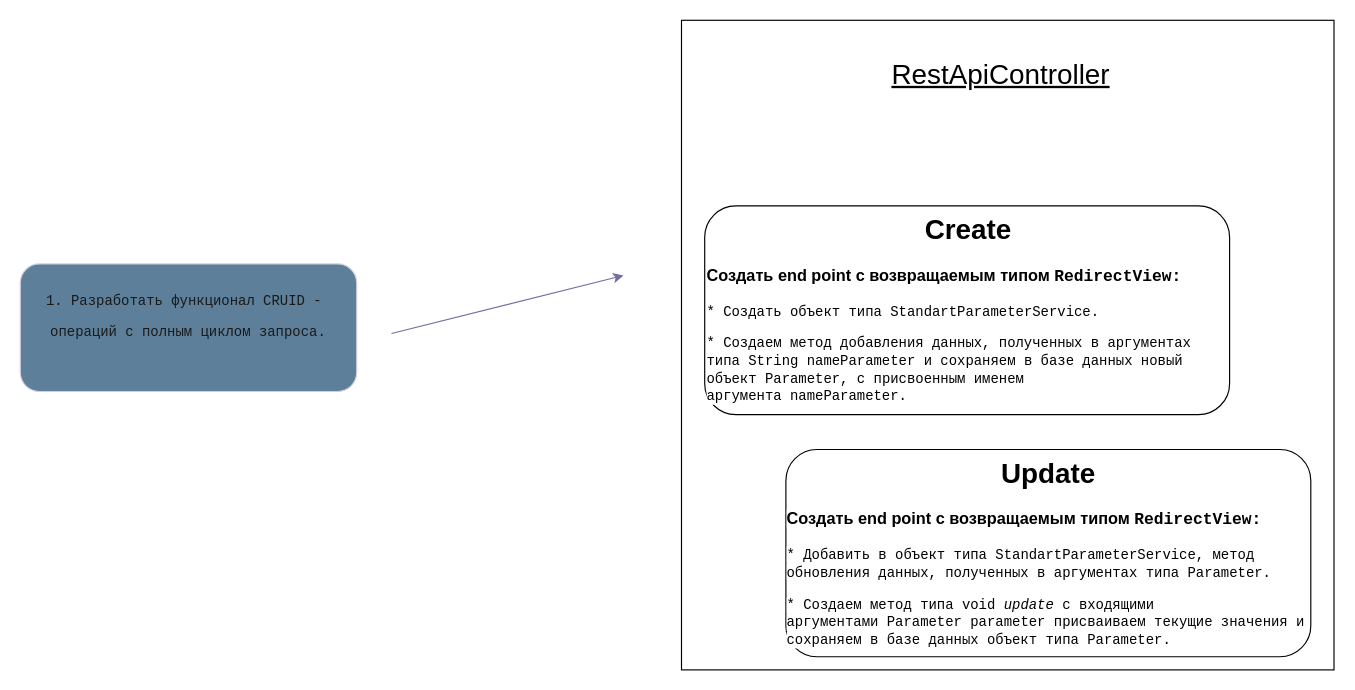
Earlier version of the draw.io diagram duma-service/src/main/java/structure.drawio (seregAnt02/SpringBootDuma). Source tidied: cells renumbered, new cells numbered last; positions are measured from the earlier drawing's top-left corner, leaving out a move shared by most shapes. Both pictures are drawn from the tidied source at 116%, with x=0, y=0 at pixel (20, 20).
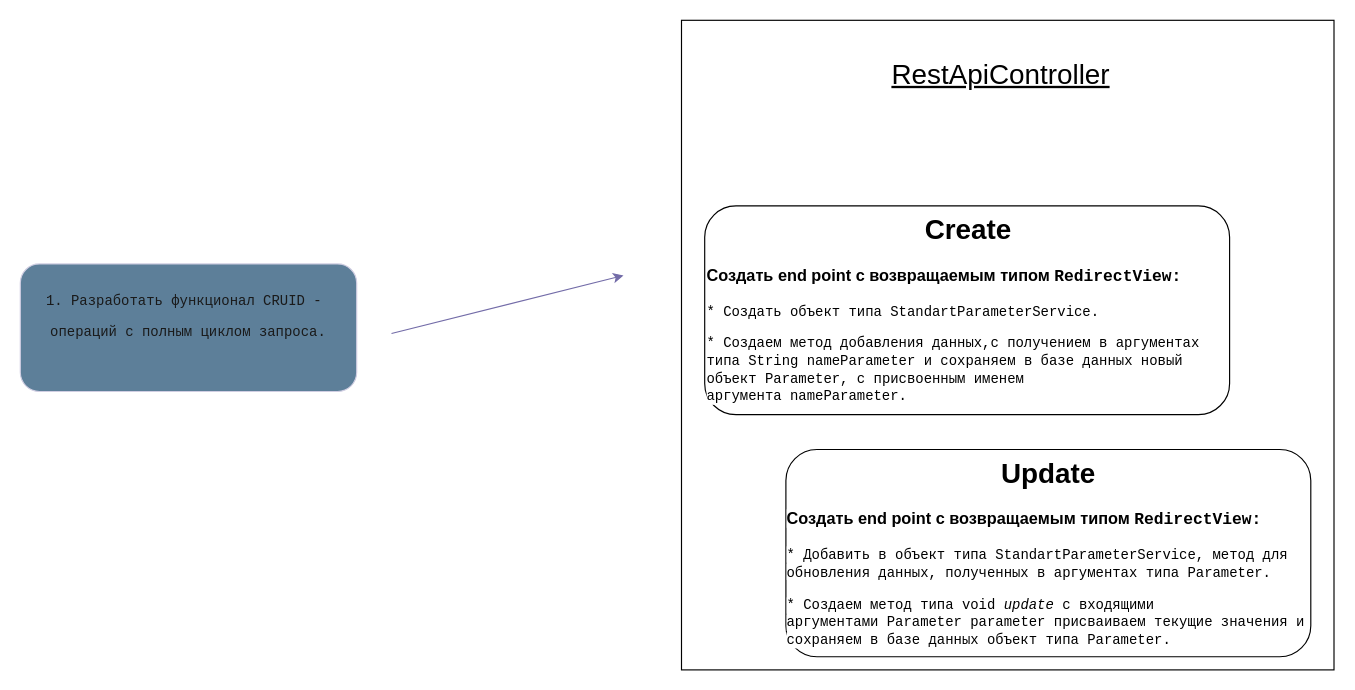
After the change.

What changed in the source:
```diff
@@
 <mxGraphModel>
   <root>
     <mxCell id="0" />
     <mxCell id="1" parent="0" />
     <mxCell id="2" style="group;whiteSpace=wrap;labelBackgroundColor=none;fontColor=#1A1A1A;" parent="1" vertex="1">
       <mxGeometry y="210" width="290" height="110" as="geometry" />
     </mxCell>
     <mxCell id="3" style="rounded=1;whiteSpace=wrap;html=1;labelBackgroundColor=none;fillColor=#5D7F99;strokeColor=#D0CEE2;fontColor=#1A1A1A;" parent="2" vertex="1">
       <mxGeometry width="290" height="110" as="geometry" />
     </mxCell>
     <mxCell id="4" value="&lt;pre style=&quot;font-family: &amp;quot;JetBrains Mono&amp;quot;, monospace;&quot;&gt;&lt;span&gt;&lt;font&gt;1. Разработать функционал CRUID - &lt;/font&gt;&lt;/span&gt;&lt;/pre&gt;&lt;pre style=&quot;font-family: &amp;quot;JetBrains Mono&amp;quot;, monospace;&quot;&gt;&lt;span&gt;&lt;font&gt;операций с полным циклом запроса.&lt;/font&gt;&lt;/span&gt;&lt;/pre&gt;" style="text;html=1;align=center;verticalAlign=middle;whiteSpace=wrap;rounded=0;labelBackgroundColor=none;fontColor=#1A1A1A;" parent="2" vertex="1">
       <mxGeometry x="20" y="18.3" width="250" height="55" as="geometry" />
     </mxCell>
     <mxCell id="5" style="endArrow=classic;html=1;rounded=0;fontFamily=Helvetica;fontSize=12;fontColor=default;labelBackgroundColor=none;strokeColor=#736CA8;" parent="1" edge="1">
       <mxGeometry relative="1" as="geometry">
         <mxPoint x="320" y="270" as="sourcePoint" />
         <mxPoint x="520" y="220" as="targetPoint" />
       </mxGeometry>
     </mxCell>
     <mxCell id="6" style="group;" parent="1" vertex="1">
       <mxGeometry x="570" width="562.5" height="560" as="geometry" />
     </mxCell>
     <mxCell id="7" style="group;labelBackgroundColor=default;labelBorderColor=default;strokeColor=default;" parent="6" vertex="1">
       <mxGeometry width="562.5" height="560" as="geometry" />
     </mxCell>
     <mxCell id="8" value="&lt;font style=&quot;font-size: 24px;&quot;&gt;&lt;u&gt;RestApiController&#9;&#9;&#9;&#9;&lt;/u&gt;&lt;/font&gt;" style="text;html=1;align=center;verticalAlign=middle;rounded=0;flipH=0;flipV=1;whiteSpace=wrap;labelBackgroundColor=none;" parent="6" vertex="1">
       <mxGeometry x="77.5" y="10" width="395" height="74.7" as="geometry" />
     </mxCell>
-    <mxCell id="9" value="&lt;h1 style=&quot;text-align: center; margin-top: 0px;&quot;&gt;&lt;span style=&quot;background-color: light-dark(#ffffff, var(--ge-dark-color, #121212));&quot;&gt;Create&lt;/span&gt;&lt;/h1&gt;&lt;h3&gt;&lt;span style=&quot;background-color: light-dark(#ffffff, var(--ge-dark-color, #121212));&quot;&gt;Создать end point с возвращаемым типом&amp;nbsp;&lt;span style=&quot;font-family: &amp;quot;JetBrains Mono&amp;quot;, monospace;&quot;&gt;&lt;font style=&quot;color: rgb(0, 0, 0);&quot;&gt;RedirectView:&lt;/font&gt;&lt;/span&gt;&lt;/span&gt;&lt;/h3&gt;&lt;p&gt;&lt;span style=&quot;background-color: light-dark(#ffffff, var(--ge-dark-color, #121212));&quot;&gt;&lt;span style=&quot;color: light-dark(rgb(0, 0, 0), rgb(237, 237, 237)); font-family: &amp;quot;JetBrains Mono&amp;quot;, monospace;&quot;&gt;* Создать объект типа&amp;nbsp;&lt;/span&gt;&lt;span style=&quot;font-family: &amp;quot;JetBrains Mono&amp;quot;, monospace;&quot;&gt;&lt;font style=&quot;color: rgb(0, 0, 0);&quot;&gt;StandartParameterService.&lt;/font&gt;&lt;/span&gt;&lt;/span&gt;&lt;/p&gt;&lt;p&gt;&lt;span&gt;&lt;span style=&quot;background-color: light-dark(#ffffff, var(--ge-dark-color, #121212)); font-family: &amp;quot;JetBrains Mono&amp;quot;, monospace;&quot;&gt;&lt;font style=&quot;color: rgb(0, 0, 0);&quot;&gt;* Создаем метод &lt;/font&gt;&lt;/span&gt;&lt;/span&gt;&lt;span style=&quot;font-family: &amp;quot;JetBrains Mono&amp;quot;, monospace; background-color: light-dark(#ffffff, var(--ge-dark-color, #121212)); color: light-dark(rgb(0, 0, 0), rgb(255, 255, 255));&quot;&gt;добавления данных, полученных в аргументах типа&amp;nbsp;&lt;/span&gt;&lt;span style=&quot;font-family: &amp;quot;JetBrains Mono&amp;quot;, monospace; background-color: rgb(255, 255, 255);&quot;&gt;String nameParameter&amp;nbsp;&lt;/span&gt;&lt;span style=&quot;background-color: transparent; color: light-dark(rgb(0, 0, 0), rgb(255, 255, 255));&quot;&gt;&lt;span style=&quot;background-color: light-dark(#ffffff, var(--ge-dark-color, #121212)); font-family: &amp;quot;JetBrains Mono&amp;quot;, monospace;&quot;&gt;&lt;font style=&quot;color: rgb(0, 0, 0);&quot;&gt;и сохраняем в базе данных новый объект&amp;nbsp;&lt;/font&gt;&lt;/span&gt;&lt;/span&gt;&lt;span style=&quot;color: rgb(0, 0, 0); background-color: rgb(255, 255, 255); font-family: &amp;quot;JetBrains Mono&amp;quot;, monospace;&quot;&gt;Parameter, с присвоенным именем аргумента&amp;nbsp;&lt;/span&gt;&lt;span style=&quot;background-color: rgb(255, 255, 255); font-family: &amp;quot;JetBrains Mono&amp;quot;, monospace; color: light-dark(rgb(0, 0, 0), rgb(255, 255, 255));&quot;&gt;nameParameter&lt;/span&gt;&lt;span style=&quot;background-color: light-dark(rgb(255, 255, 255), rgb(18, 18, 18)); color: light-dark(rgb(0, 0, 0), rgb(237, 237, 237)); font-family: &amp;quot;JetBrains Mono&amp;quot;, monospace;&quot;&gt;.&lt;/span&gt;&lt;/p&gt;" style="text;html=1;whiteSpace=wrap;overflow=hidden;rounded=1;fontFamily=Helvetica;fontSize=12;labelBackgroundColor=none;labelBorderColor=none;strokeColor=default;align=left;" parent="6" vertex="1">
+    <mxCell id="9" value="&lt;h1 style=&quot;text-align: center; margin-top: 0px;&quot;&gt;&lt;span style=&quot;background-color: light-dark(#ffffff, var(--ge-dark-color, #121212));&quot;&gt;Create&lt;/span&gt;&lt;/h1&gt;&lt;h3&gt;&lt;span style=&quot;background-color: light-dark(#ffffff, var(--ge-dark-color, #121212));&quot;&gt;Создать end point с возвращаемым типом&amp;nbsp;&lt;span style=&quot;font-family: &amp;quot;JetBrains Mono&amp;quot;, monospace;&quot;&gt;&lt;font style=&quot;color: rgb(0, 0, 0);&quot;&gt;RedirectView:&lt;/font&gt;&lt;/span&gt;&lt;/span&gt;&lt;/h3&gt;&lt;p&gt;&lt;span style=&quot;background-color: light-dark(#ffffff, var(--ge-dark-color, #121212));&quot;&gt;&lt;span style=&quot;color: light-dark(rgb(0, 0, 0), rgb(237, 237, 237)); font-family: &amp;quot;JetBrains Mono&amp;quot;, monospace;&quot;&gt;* Создать объект типа&amp;nbsp;&lt;/span&gt;&lt;span style=&quot;font-family: &amp;quot;JetBrains Mono&amp;quot;, monospace;&quot;&gt;&lt;font style=&quot;color: rgb(0, 0, 0);&quot;&gt;StandartParameterService.&lt;/font&gt;&lt;/span&gt;&lt;/span&gt;&lt;/p&gt;&lt;p&gt;&lt;span&gt;&lt;span style=&quot;background-color: light-dark(#ffffff, var(--ge-dark-color, #121212)); font-family: &amp;quot;JetBrains Mono&amp;quot;, monospace;&quot;&gt;&lt;font style=&quot;color: rgb(0, 0, 0);&quot;&gt;* Создаем метод &lt;/font&gt;&lt;/span&gt;&lt;/span&gt;&lt;span style=&quot;font-family: &amp;quot;JetBrains Mono&amp;quot;, monospace; background-color: light-dark(#ffffff, var(--ge-dark-color, #121212)); color: light-dark(rgb(0, 0, 0), rgb(255, 255, 255));&quot;&gt;добавления данных,с получением в аргументах типа&amp;nbsp;&lt;/span&gt;&lt;span style=&quot;font-family: &amp;quot;JetBrains Mono&amp;quot;, monospace; background-color: rgb(255, 255, 255);&quot;&gt;String nameParameter&amp;nbsp;&lt;/span&gt;&lt;span style=&quot;background-color: transparent; color: light-dark(rgb(0, 0, 0), rgb(255, 255, 255));&quot;&gt;&lt;span style=&quot;background-color: light-dark(#ffffff, var(--ge-dark-color, #121212)); font-family: &amp;quot;JetBrains Mono&amp;quot;, monospace;&quot;&gt;&lt;font style=&quot;color: rgb(0, 0, 0);&quot;&gt;и сохраняем в базе данных новый объект&amp;nbsp;&lt;/font&gt;&lt;/span&gt;&lt;/span&gt;&lt;span style=&quot;color: rgb(0, 0, 0); background-color: rgb(255, 255, 255); font-family: &amp;quot;JetBrains Mono&amp;quot;, monospace;&quot;&gt;Parameter, с присвоенным именем аргумента&amp;nbsp;&lt;/span&gt;&lt;span style=&quot;background-color: rgb(255, 255, 255); font-family: &amp;quot;JetBrains Mono&amp;quot;, monospace; color: light-dark(rgb(0, 0, 0), rgb(255, 255, 255));&quot;&gt;nameParameter&lt;/span&gt;&lt;span style=&quot;background-color: light-dark(rgb(255, 255, 255), rgb(18, 18, 18)); color: light-dark(rgb(0, 0, 0), rgb(237, 237, 237)); font-family: &amp;quot;JetBrains Mono&amp;quot;, monospace;&quot;&gt;.&lt;/span&gt;&lt;/p&gt;" style="text;html=1;whiteSpace=wrap;overflow=hidden;rounded=1;fontFamily=Helvetica;fontSize=12;labelBackgroundColor=none;labelBorderColor=none;strokeColor=default;align=left;" parent="6" vertex="1">
       <mxGeometry x="20" y="160" width="452.5" height="180" as="geometry" />
     </mxCell>
-    <mxCell id="10" value="&lt;h1 style=&quot;margin-top: 0px;&quot;&gt;&lt;span style=&quot;background-color: light-dark(#ffffff, var(--ge-dark-color, #121212));&quot;&gt;Update&lt;/span&gt;&lt;/h1&gt;&lt;h3 style=&quot;text-align: left;&quot;&gt;&lt;span style=&quot;background-color: light-dark(#ffffff, var(--ge-dark-color, #121212));&quot;&gt;Создать end point с возвращаемым типом&amp;nbsp;&lt;span style=&quot;font-family: &amp;quot;JetBrains Mono&amp;quot;, monospace;&quot;&gt;&lt;font style=&quot;color: rgb(0, 0, 0);&quot;&gt;RedirectView:&lt;/font&gt;&lt;/span&gt;&lt;/span&gt;&lt;/h3&gt;&lt;p style=&quot;text-align: left;&quot;&gt;&lt;span style=&quot;background-color: light-dark(#ffffff, var(--ge-dark-color, #121212));&quot;&gt;&lt;span style=&quot;color: light-dark(rgb(0, 0, 0), rgb(237, 237, 237)); font-family: &amp;quot;JetBrains Mono&amp;quot;, monospace;&quot;&gt;* Добавить в объект типа&amp;nbsp;&lt;/span&gt;&lt;span style=&quot;font-family: &amp;quot;JetBrains Mono&amp;quot;, monospace;&quot;&gt;&lt;font style=&quot;color: rgb(0, 0, 0);&quot;&gt;StandartParameterService, метод обновления данных, полученных в аргументах типа Parameter.&lt;/font&gt;&lt;/span&gt;&lt;/span&gt;&lt;/p&gt;&lt;p style=&quot;text-align: left;&quot;&gt;&lt;span&gt;&lt;span style=&quot;background-color: light-dark(#ffffff, var(--ge-dark-color, #121212)); font-family: &amp;quot;JetBrains Mono&amp;quot;, monospace;&quot;&gt;&lt;font style=&quot;color: rgb(0, 0, 0);&quot;&gt;* Создаем метод типа&amp;nbsp;&lt;/font&gt;&lt;/span&gt;&lt;font&gt;&lt;span style=&quot;font-family: &amp;quot;JetBrains Mono&amp;quot;, monospace;&quot;&gt;&lt;span style=&quot;background-color: rgb(255, 255, 255);&quot;&gt;&lt;font style=&quot;color: rgb(0, 0, 0);&quot;&gt;void&lt;/font&gt;&lt;/span&gt; &lt;/span&gt;&lt;span style=&quot;background-color: light-dark(#ffffff, var(--ge-dark-color, #121212)); font-family: &amp;quot;JetBrains Mono&amp;quot;, monospace;&quot;&gt;&lt;font style=&quot;color: rgb(0, 0, 0);&quot;&gt;&lt;i&gt;update &lt;/i&gt;с входящими аргументами&lt;/font&gt;&lt;font style=&quot;color: rgb(255, 0, 0);&quot;&gt;&amp;nbsp;&lt;/font&gt;&lt;/span&gt;&lt;span style=&quot;background-color: light-dark(#ffffff, var(--ge-dark-color, #121212)); font-family: &amp;quot;JetBrains Mono&amp;quot;, monospace; color: rgb(169, 183, 198);&quot;&gt;&lt;font style=&quot;color: rgb(0, 0, 0);&quot;&gt;Parameter parameter присваиваем текущие значения&lt;/font&gt;&lt;/span&gt;&lt;span style=&quot;background-color: light-dark(#ffffff, var(--ge-dark-color, #121212)); font-family: &amp;quot;JetBrains Mono&amp;quot;, monospace;&quot;&gt;&lt;font style=&quot;color: rgb(0, 0, 0);&quot;&gt;&amp;nbsp;и сохраняем в базе данных объект типа&amp;nbsp;&lt;/font&gt;&lt;/span&gt;&lt;/font&gt;&lt;/span&gt;&lt;span style=&quot;background-color: rgb(255, 255, 255); color: rgb(0, 0, 0); font-family: &amp;quot;JetBrains Mono&amp;quot;, monospace;&quot;&gt;Parameter.&lt;/span&gt;&lt;/p&gt;" style="text;html=1;whiteSpace=wrap;overflow=hidden;rounded=1;fontFamily=Helvetica;fontSize=12;labelBackgroundColor=none;strokeColor=default;align=center;" parent="6" vertex="1">
+    <mxCell id="10" value="&lt;h1 style=&quot;margin-top: 0px;&quot;&gt;&lt;span style=&quot;background-color: light-dark(#ffffff, var(--ge-dark-color, #121212));&quot;&gt;Update&lt;/span&gt;&lt;/h1&gt;&lt;h3 style=&quot;text-align: left;&quot;&gt;&lt;span style=&quot;background-color: light-dark(#ffffff, var(--ge-dark-color, #121212));&quot;&gt;Создать end point с возвращаемым типом&amp;nbsp;&lt;span style=&quot;font-family: &amp;quot;JetBrains Mono&amp;quot;, monospace;&quot;&gt;&lt;font style=&quot;color: rgb(0, 0, 0);&quot;&gt;RedirectView:&lt;/font&gt;&lt;/span&gt;&lt;/span&gt;&lt;/h3&gt;&lt;p style=&quot;text-align: left;&quot;&gt;&lt;span style=&quot;background-color: light-dark(#ffffff, var(--ge-dark-color, #121212));&quot;&gt;&lt;span style=&quot;color: light-dark(rgb(0, 0, 0), rgb(237, 237, 237)); font-family: &amp;quot;JetBrains Mono&amp;quot;, monospace;&quot;&gt;* Добавить в объект типа&amp;nbsp;&lt;/span&gt;&lt;span style=&quot;font-family: &amp;quot;JetBrains Mono&amp;quot;, monospace;&quot;&gt;&lt;font style=&quot;color: rgb(0, 0, 0);&quot;&gt;StandartParameterService, метод для обновления данных, полученных в аргументах типа Parameter.&lt;/font&gt;&lt;/span&gt;&lt;/span&gt;&lt;/p&gt;&lt;p style=&quot;text-align: left;&quot;&gt;&lt;span&gt;&lt;span style=&quot;background-color: light-dark(#ffffff, var(--ge-dark-color, #121212)); font-family: &amp;quot;JetBrains Mono&amp;quot;, monospace;&quot;&gt;&lt;font style=&quot;color: rgb(0, 0, 0);&quot;&gt;* Создаем метод типа&amp;nbsp;&lt;/font&gt;&lt;/span&gt;&lt;font&gt;&lt;span style=&quot;font-family: &amp;quot;JetBrains Mono&amp;quot;, monospace;&quot;&gt;&lt;span style=&quot;background-color: rgb(255, 255, 255);&quot;&gt;&lt;font style=&quot;color: rgb(0, 0, 0);&quot;&gt;void&lt;/font&gt;&lt;/span&gt; &lt;/span&gt;&lt;span style=&quot;background-color: light-dark(#ffffff, var(--ge-dark-color, #121212)); font-family: &amp;quot;JetBrains Mono&amp;quot;, monospace;&quot;&gt;&lt;font style=&quot;color: rgb(0, 0, 0);&quot;&gt;&lt;i&gt;update &lt;/i&gt;с входящими аргументами&lt;/font&gt;&lt;font style=&quot;color: rgb(255, 0, 0);&quot;&gt;&amp;nbsp;&lt;/font&gt;&lt;/span&gt;&lt;span style=&quot;background-color: light-dark(#ffffff, var(--ge-dark-color, #121212)); font-family: &amp;quot;JetBrains Mono&amp;quot;, monospace; color: rgb(169, 183, 198);&quot;&gt;&lt;font style=&quot;color: rgb(0, 0, 0);&quot;&gt;Parameter parameter присваиваем текущие значения&lt;/font&gt;&lt;/span&gt;&lt;span style=&quot;background-color: light-dark(#ffffff, var(--ge-dark-color, #121212)); font-family: &amp;quot;JetBrains Mono&amp;quot;, monospace;&quot;&gt;&lt;font style=&quot;color: rgb(0, 0, 0);&quot;&gt;&amp;nbsp;и сохраняем в базе данных объект типа&amp;nbsp;&lt;/font&gt;&lt;/span&gt;&lt;/font&gt;&lt;/span&gt;&lt;span style=&quot;background-color: rgb(255, 255, 255); color: rgb(0, 0, 0); font-family: &amp;quot;JetBrains Mono&amp;quot;, monospace;&quot;&gt;Parameter.&lt;/span&gt;&lt;/p&gt;" style="text;html=1;whiteSpace=wrap;overflow=hidden;rounded=1;fontFamily=Helvetica;fontSize=12;labelBackgroundColor=none;strokeColor=default;align=center;" parent="6" vertex="1">
       <mxGeometry x="90" y="370" width="452.5" height="178.7" as="geometry" />
     </mxCell>
   </root>
 </mxGraphModel>
```
